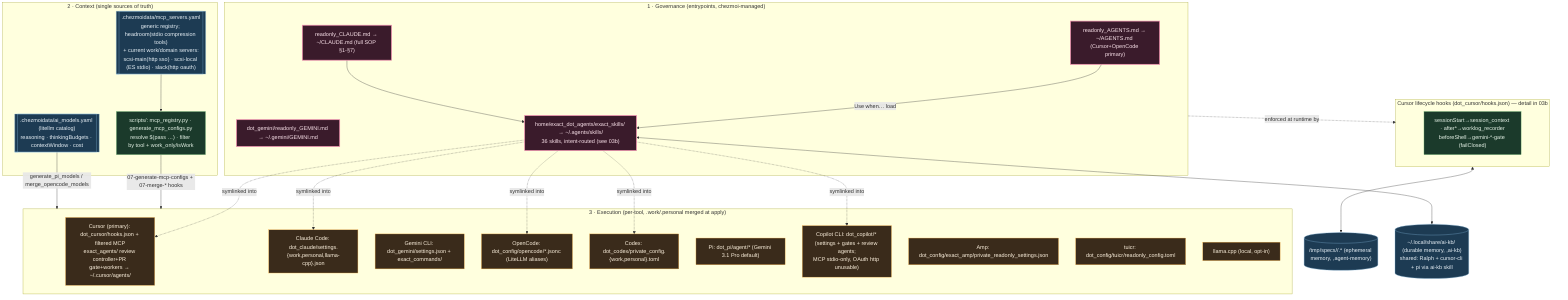
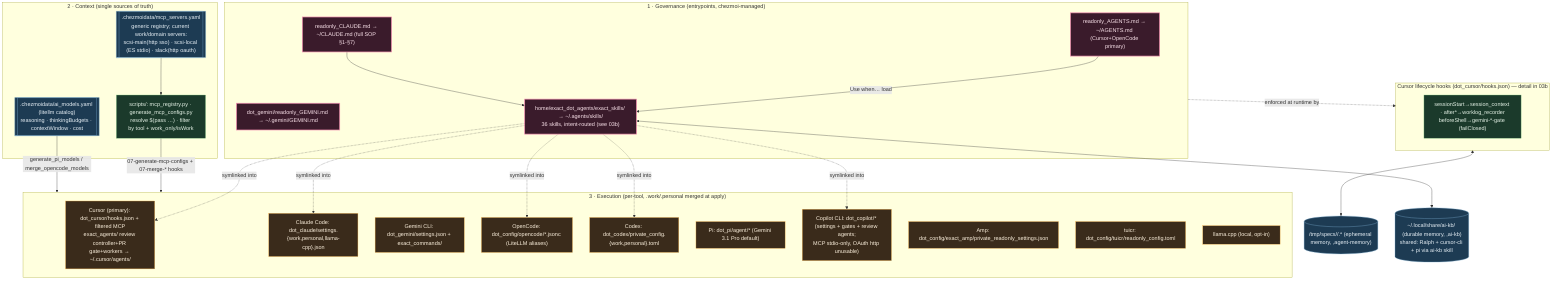
%% ============================================================================
%% 03-agentic-os.mmd — Agentic OS: governance + context + execution layers.
%% Entry SOPs + MCP/model registries + per-tool config generation.
%% Skills/hooks file-level detail → 03b. Per-tool config files → 12.
%% ============================================================================
flowchart TB
    classDef gov fill:#3a1b2b,stroke:#f48fb1,color:#fce4ec,stroke-width:2px;
    classDef ctx fill:#1b3a2b,stroke:#81c784,color:#e8f5e9;
    classDef exec fill:#3a2b1b,stroke:#ffb74d,color:#fff3e0;
    classDef data fill:#1d3b53,stroke:#7fb3d5,color:#eaf2f8;

    subgraph GOV["1 · Governance (entrypoints, chezmoi-managed)"]
        AG["readonly_AGENTS.md → ~/AGENTS.md (Cursor+OpenCode primary)"]:::gov
        CL["readonly_CLAUDE.md → ~/CLAUDE.md (full SOP §1-§7)"]:::gov
        GM["dot_gemini/readonly_GEMINI.md → ~/.gemini/GEMINI.md"]:::gov
        SK["home/exact_dot_agents/exact_skills/ → ~/.agents/skills/<br/>36 skills, intent-routed (see 03b)"]:::gov
        AG -->|Use when… load| SK
        CL --> SK
    end

    subgraph CTX["2 · Context (single sources of truth)"]
-         REG[[".chezmoidata/mcp_servers.yaml<br/>generic registry; headroom(stdio compression tools)<br/>+ current work/domain servers:<br/>scsi-main(http sso) · scsi-local (ES stdio) · slack(http oauth)"]]:::data
+         REG[[".chezmoidata/mcp_servers.yaml<br/>generic registry; current work/domain servers:<br/>scsi-main(http sso) · scsi-local (ES stdio) · slack(http oauth)"]]:::data
        MODELS[[".chezmoidata/ai_models.yaml (litellm catalog)<br/>reasoning · thinkingBudgets · contextWindow · cost"]]:::data
        GEN["scripts/: mcp_registry.py · generate_mcp_configs.py<br/>resolve $(pass …) · filter by tool + work_only/isWork"]:::ctx
        REG --> GEN
    end

    subgraph EXECL["3 · Execution (per-tool, .work/.personal merged at apply)"]
        CURSOR["Cursor (primary): dot_cursor/hooks.json + filtered MCP<br/>exact_agents/ review controller+PR gate+workers → ~/.cursor/agents/"]:::exec
        CLAUDE["Claude Code: dot_claude/settings.{work,personal,llama-cpp}.json"]:::exec
        GEMINI["Gemini CLI: dot_gemini/settings.json + exact_commands/"]:::exec
        OPENCODE["OpenCode: dot_config/opencode/*.jsonc (LiteLLM aliases)"]:::exec
        CODEX["Codex: dot_codex/private_config.{work,personal}.toml"]:::exec
        PI["Pi: dot_pi/agent/* (Gemini 3.1 Pro default)"]:::exec
        COPILOT["Copilot CLI: dot_copilot/* (settings + gates + review agents;<br/>MCP stdio-only, OAuth http unusable)"]:::exec
        AMP["Amp: dot_config/exact_amp/private_readonly_settings.json"]:::exec
        TUICR["tuicr: dot_config/tuicr/readonly_config.toml"]:::exec
        LOCAL["llama.cpp (local, opt-in)"]:::exec
    end

    GEN -->|07-generate-mcp-configs + 07-merge-* hooks| EXECL
    MODELS -->|generate_pi_models / merge_opencode_models| EXECL
    SK -. symlinked into .-> CURSOR & CLAUDE & OPENCODE & CODEX & COPILOT

    subgraph HOOKS["Cursor lifecycle hooks (dot_cursor/hooks.json) — detail in 03b"]
        H["sessionStart→session_context · after*→worklog_recorder<br/>beforeShell→gemini-*-gate (failClosed)"]:::ctx
    end
    GOV -.enforced at runtime by.-> HOOKS
    MEM[("/tmp/specs/<pwd>/<topic>.* (ephemeral memory, ,agent-memory)")]:::data
    HOOKS <--> MEM
    KBDB[("~/.local/share/ai-kb/ (durable memory, ,ai-kb)<br/>shared: Ralph + cursor-cli + pi via ai-kb skill")]:::data
    SK <--> KBDB
